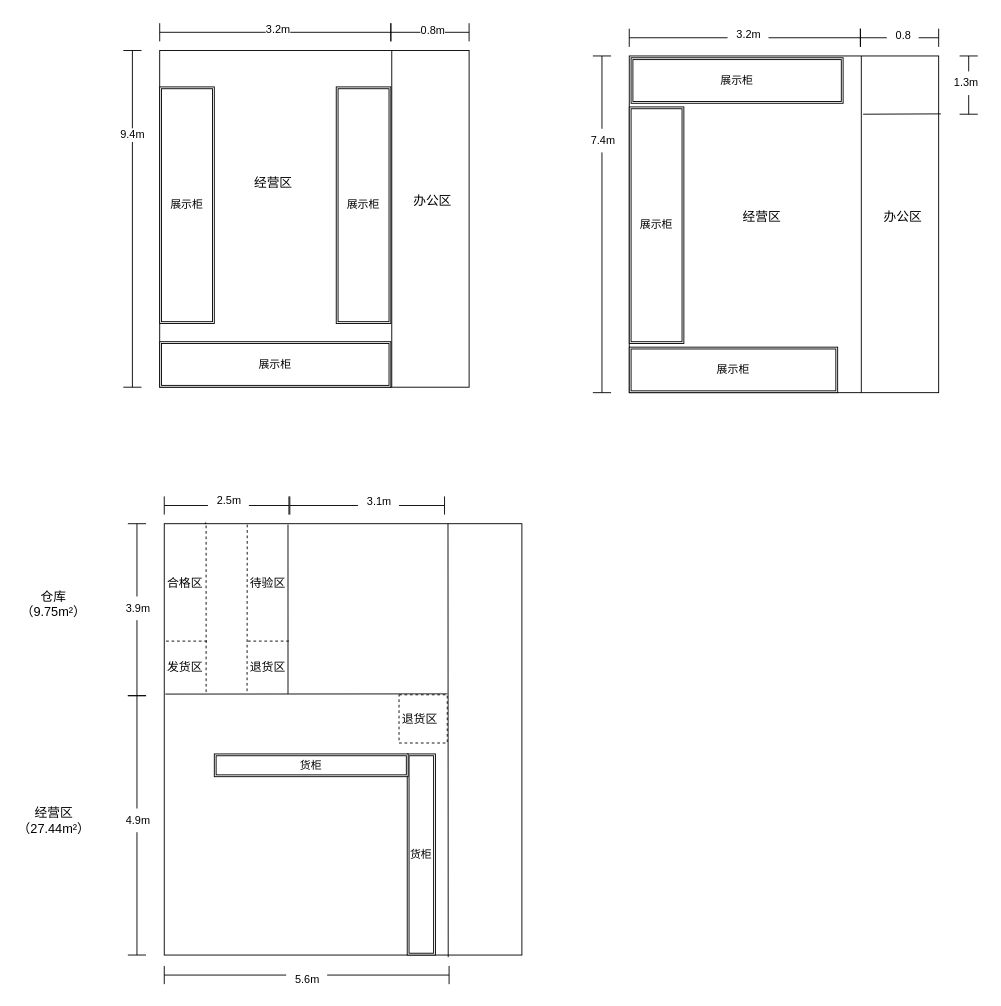
Earlier version of the draw.io diagram 医疗器械平面图.drawio (irene404/UMessage_1_4). Source tidied: cells renumbered, new cells numbered last; positions are measured from the earlier drawing's top-left corner, leaving out a move shared by most shapes. Both pictures are drawn from the tidied source at 91%, with x=0, y=0 at pixel (15, 15).
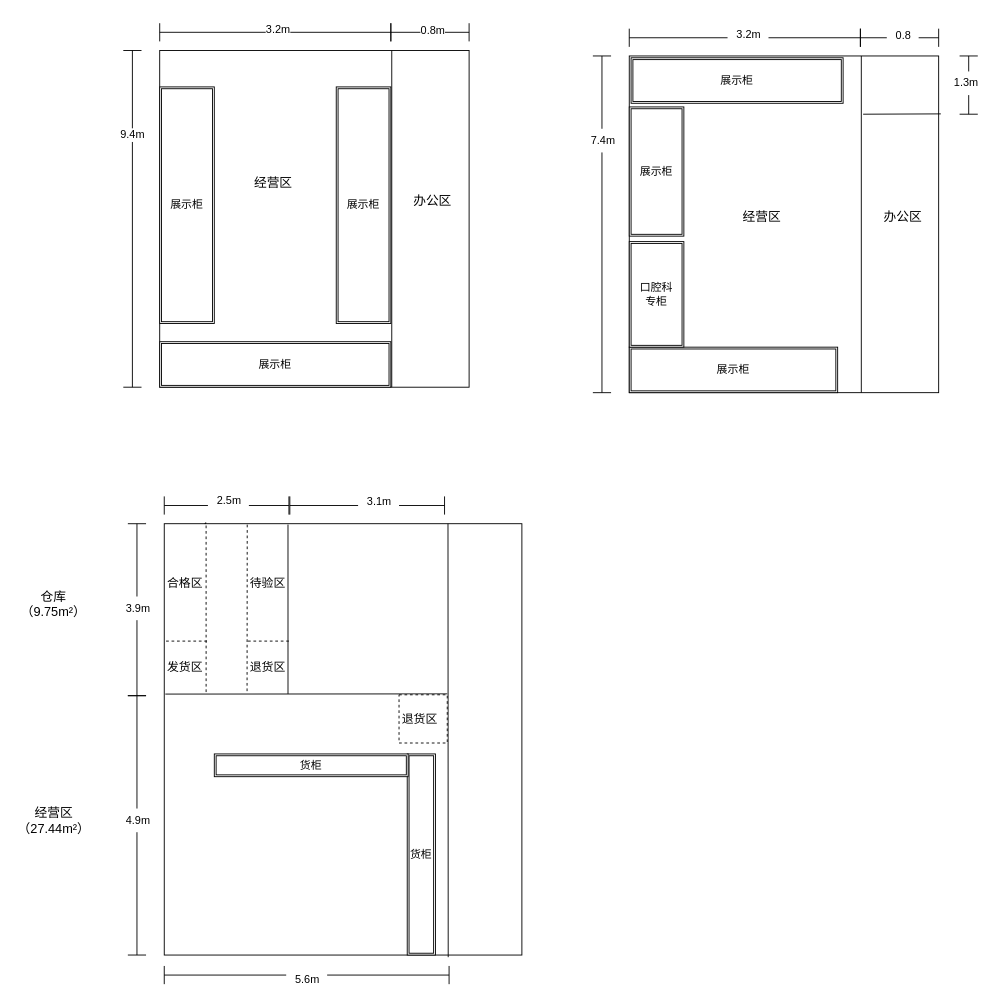
Above is the later version.

Commit message:
更新医疗器械平面图.drawio

Change to the diagram source:
```diff
@@
     <mxCell id="63" value="展示柜" style="shape=ext;double=1;rounded=0;whiteSpace=wrap;html=1;" parent="1" vertex="1">
-      <mxGeometry x="674" y="100" width="60" height="260" as="geometry" />
+      <mxGeometry x="674" y="100" width="60" height="142" as="geometry" />
     </mxCell>
@@
+    <mxCell id="69" value="口腔科&lt;div&gt;专柜&lt;/div&gt;" style="shape=ext;double=1;rounded=0;whiteSpace=wrap;html=1;" parent="1" vertex="1">
+      <mxGeometry x="674" y="248" width="60" height="116" as="geometry" />
+    </mxCell>
```
